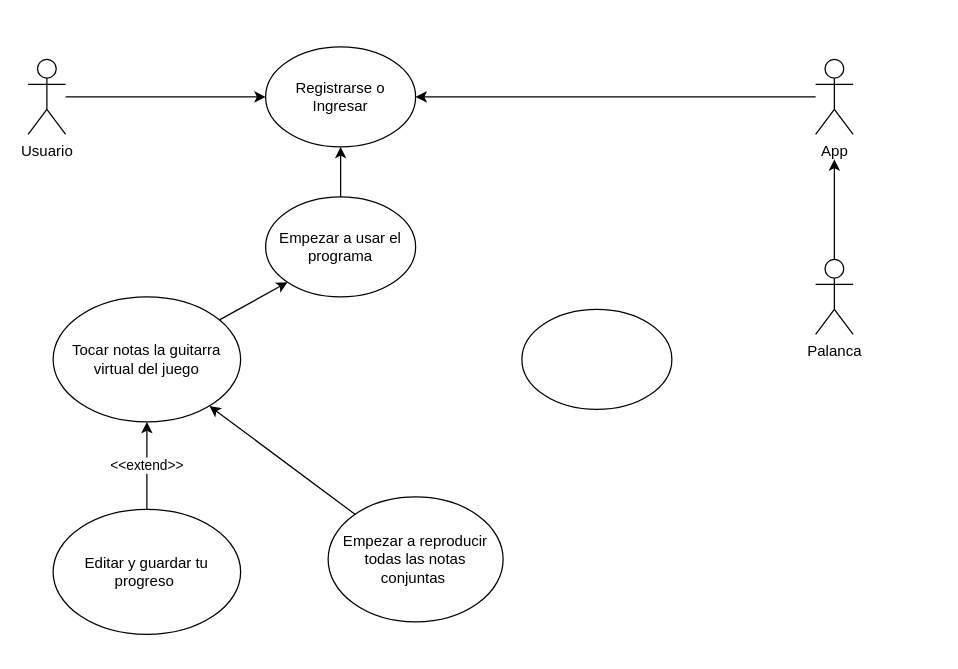
venuzBG/ProyectoProgrmacion keeps this draw.io diagram as desing/UseCase.drawio. Above is the earlier version. Source tidied: cells renumbered, new cells numbered last; positions are measured from the earlier drawing's top-left corner, leaving out a move shared by most shapes. Both pictures are drawn from the tidied source at 125%, with x=0, y=0 at pixel (28, 46).
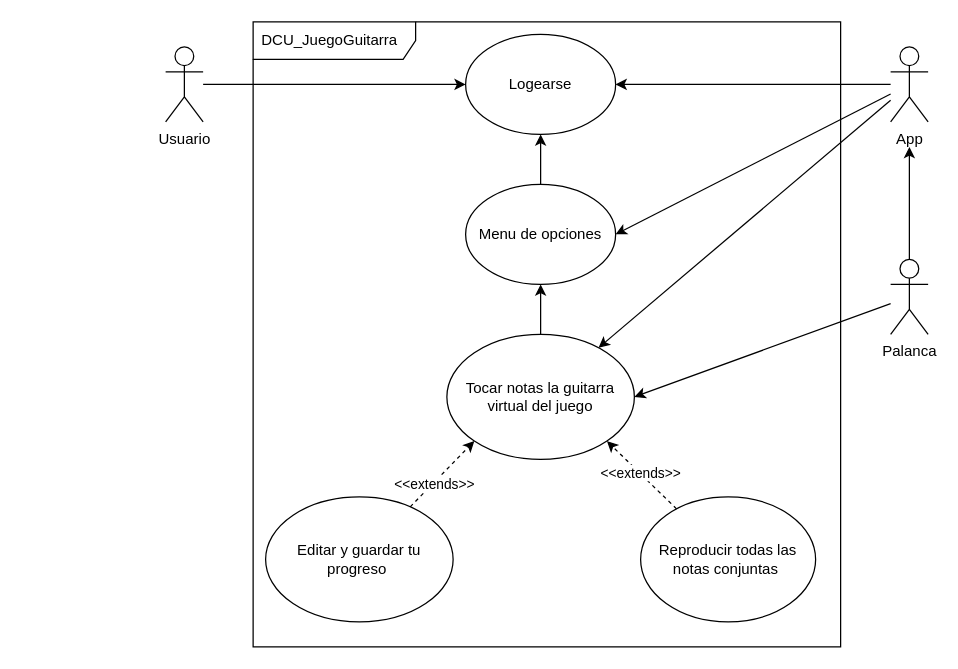
Above is the later version.

Diff of the diagram source:
```diff
@@
-    <mxCell id="2" style="edgeStyle=none;html=1;entryX=0;entryY=0.5;entryDx=0;entryDy=0;" parent="1" edge="1" target="8">
-      <mxGeometry relative="1" as="geometry">
-        <mxPoint x="30" y="40" as="sourcePoint" />
-      </mxGeometry>
-    </mxCell>
+    <mxCell id="18" style="edgeStyle=none;html=1;entryX=0;entryY=0.5;entryDx=0;entryDy=0;" parent="1" edge="1" source="3" target="8">
+      <mxGeometry relative="1" as="geometry" />
+    </mxCell>
     <mxCell id="3" value="Usuario" style="shape=umlActor;verticalLabelPosition=bottom;verticalAlign=top;html=1;" parent="1" vertex="1">
-      <mxGeometry y="10" width="30" height="60" as="geometry" />
+      <mxGeometry x="110" width="30" height="60" as="geometry" />
     </mxCell>
@@
+    <mxCell id="19" style="edgeStyle=none;html=1;entryX=1;entryY=0.5;entryDx=0;entryDy=0;" parent="1" edge="1" source="5" target="10">
+      <mxGeometry relative="1" as="geometry" />
+    </mxCell>
+    <mxCell id="20" style="edgeStyle=none;html=1;" parent="1" edge="1" source="5" target="12">
+      <mxGeometry relative="1" as="geometry" />
+    </mxCell>
     <mxCell id="5" value="App" style="shape=umlActor;verticalLabelPosition=bottom;verticalAlign=top;html=1;" parent="1" vertex="1">
-      <mxGeometry x="630" y="10" width="30" height="60" as="geometry" />
+      <mxGeometry x="690" width="30" height="60" as="geometry" />
     </mxCell>
     <mxCell id="6" style="edgeStyle=none;html=1;" parent="1" edge="1" source="7">
       <mxGeometry relative="1" as="geometry">
-        <mxPoint x="645" y="90" as="targetPoint" />
+        <mxPoint x="705" y="80" as="targetPoint" />
       </mxGeometry>
     </mxCell>
+    <mxCell id="21" style="edgeStyle=none;html=1;entryX=1;entryY=0.5;entryDx=0;entryDy=0;" parent="1" edge="1" source="7" target="12">
+      <mxGeometry relative="1" as="geometry" />
+    </mxCell>
     <mxCell id="7" value="Palanca" style="shape=umlActor;verticalLabelPosition=bottom;verticalAlign=top;html=1;" parent="1" vertex="1">
-      <mxGeometry x="630" y="170" width="30" height="60" as="geometry" />
+      <mxGeometry x="690" y="170" width="30" height="60" as="geometry" />
     </mxCell>
-    <mxCell id="8" value="Registrarse o Ingresar" style="ellipse;whiteSpace=wrap;html=1;" parent="1" vertex="1">
-      <mxGeometry x="190" width="120" height="80" as="geometry" />
+    <mxCell id="8" value="Logearse" style="ellipse;whiteSpace=wrap;html=1;" parent="1" vertex="1">
+      <mxGeometry x="350" y="-10" width="120" height="80" as="geometry" />
     </mxCell>
-    <mxCell id="9" style="edgeStyle=none;html=1;entryX=0.5;entryY=1;entryDx=0;entryDy=0;" parent="1" edge="1" source="10" target="8">
+    <mxCell id="9" style="edgeStyle=none;html=1;exitX=0.5;exitY=0;exitDx=0;exitDy=0;entryX=0.5;entryY=1;entryDx=0;entryDy=0;" parent="1" edge="1" source="10" target="8">
       <mxGeometry relative="1" as="geometry" />
     </mxCell>
-    <mxCell id="10" value="Empezar a usar el programa" style="ellipse;whiteSpace=wrap;html=1;" parent="1" vertex="1">
-      <mxGeometry x="190" y="120" width="120" height="80" as="geometry" />
+    <mxCell id="10" value="Menu de opciones" style="ellipse;whiteSpace=wrap;html=1;" parent="1" vertex="1">
+      <mxGeometry x="350" y="110" width="120" height="80" as="geometry" />
     </mxCell>
-    <mxCell id="11" style="edgeStyle=none;html=1;entryX=0;entryY=1;entryDx=0;entryDy=0;" parent="1" edge="1" source="12" target="10">
+    <mxCell id="11" style="edgeStyle=none;html=1;entryX=0.5;entryY=1;entryDx=0;entryDy=0;" parent="1" edge="1" source="12" target="10">
       <mxGeometry relative="1" as="geometry" />
     </mxCell>
     <mxCell id="12" value="Tocar notas la guitarra virtual del juego" style="ellipse;whiteSpace=wrap;html=1;" parent="1" vertex="1">
-      <mxGeometry x="20" y="200" width="150" height="100" as="geometry" />
+      <mxGeometry x="335" y="230" width="150" height="100" as="geometry" />
     </mxCell>
-    <mxCell id="13" value="&amp;lt;&amp;lt;extend&amp;gt;&amp;gt;" style="edgeStyle=none;html=1;entryX=0.5;entryY=1;entryDx=0;entryDy=0;" parent="1" edge="1" source="14" target="12">
-      <mxGeometry relative="1" as="geometry" />
+    <mxCell id="13" style="edgeStyle=none;html=1;entryX=0;entryY=1;entryDx=0;entryDy=0;dashed=1;" parent="1" edge="1" source="14" target="12">
+      <mxGeometry x="0.13" y="-11" relative="1" as="geometry" />
     </mxCell>
+    <mxCell id="22" value="&amp;lt;&amp;lt;extends&amp;gt;&amp;gt;" style="edgeLabel;html=1;align=center;verticalAlign=middle;" parent="13" vertex="1">
+      <mxGeometry x="-0.35" y="-3" relative="1" as="geometry">
+        <mxPoint y="-3" as="offset" />
+      </mxGeometry>
+    </mxCell>
     <mxCell id="14" value="Editar y guardar tu progreso&amp;nbsp;" style="ellipse;whiteSpace=wrap;html=1;" parent="1" vertex="1">
-      <mxGeometry x="20" y="370" width="150" height="100" as="geometry" />
+      <mxGeometry x="190" y="360" width="150" height="100" as="geometry" />
     </mxCell>
+    <mxCell id="16" value="Reproducir todas las notas conjuntas&amp;nbsp;" style="ellipse;whiteSpace=wrap;html=1;" parent="1" vertex="1">
+      <mxGeometry x="490" y="360" width="140" height="100" as="geometry" />
+    </mxCell>
+    <mxCell id="23" value="DCU_JuegoGuitarra" style="shape=umlFrame;whiteSpace=wrap;html=1;width=130;height=30;boundedLbl=1;verticalAlign=middle;align=left;spacingLeft=5;" parent="1" vertex="1">
+      <mxGeometry x="180" y="-20" width="470" height="500" as="geometry" />
+    </mxCell>
-    <mxCell id="15" style="edgeStyle=none;html=1;" parent="1" edge="1" source="16" target="12">
-      <mxGeometry relative="1" as="geometry" />
+    <mxCell id="15" style="edgeStyle=none;html=1;entryX=1;entryY=1;entryDx=0;entryDy=0;dashed=1;" parent="1" edge="1" source="16" target="12">
+      <mxGeometry x="0.13" y="-11" relative="1" as="geometry" />
     </mxCell>
-    <mxCell id="16" value="Empezar a reproducir todas las notas conjuntas&amp;nbsp;" style="ellipse;whiteSpace=wrap;html=1;" parent="1" vertex="1">
-      <mxGeometry x="240" y="360" width="140" height="100" as="geometry" />
-    </mxCell>
-    <mxCell id="17" style="ellipse;whiteSpace=wrap;html=1;" parent="1" vertex="1">
-      <mxGeometry x="395" y="210" width="120" height="80" as="geometry" />
-    </mxCell>
+    <mxCell id="24" value="&amp;lt;&amp;lt;extends&amp;gt;&amp;gt;" style="edgeLabel;html=1;align=center;verticalAlign=middle;" parent="15" vertex="1">
+      <mxGeometry x="-0.35" y="-3" relative="1" as="geometry">
+        <mxPoint x="-13" y="-10" as="offset" />
+      </mxGeometry>
+    </mxCell>
```
